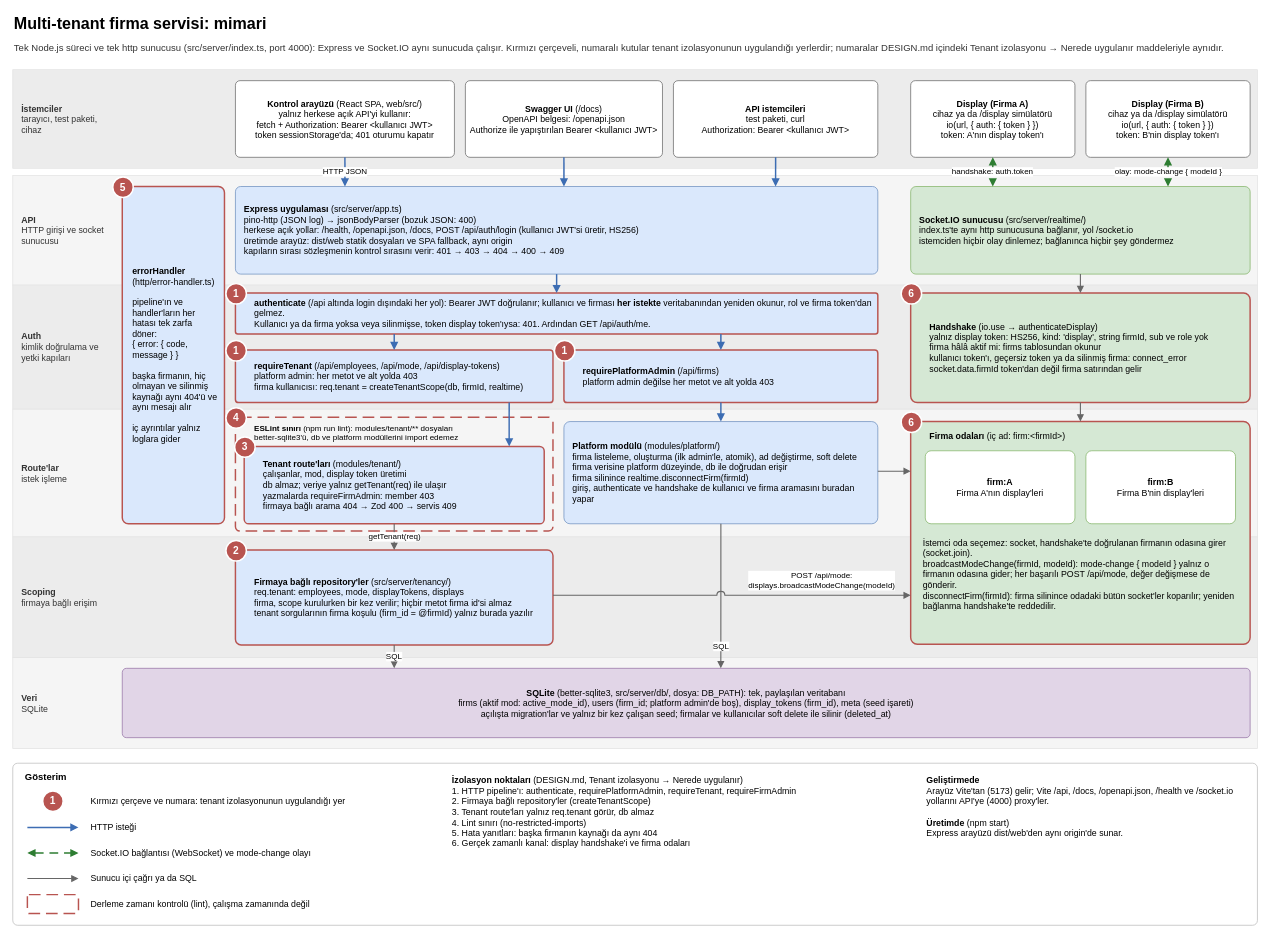
Earlier version of the draw.io diagram docs/architecture.drawio (Mahiryoldasg/multi-tenant-firm-service-public). Source tidied: cells renumbered, new cells numbered last; positions are measured from the earlier drawing's top-left corner, leaving out a move shared by most shapes. Both pictures are drawn from the tidied source at 73%, with x=0, y=0 at pixel (12, 12).
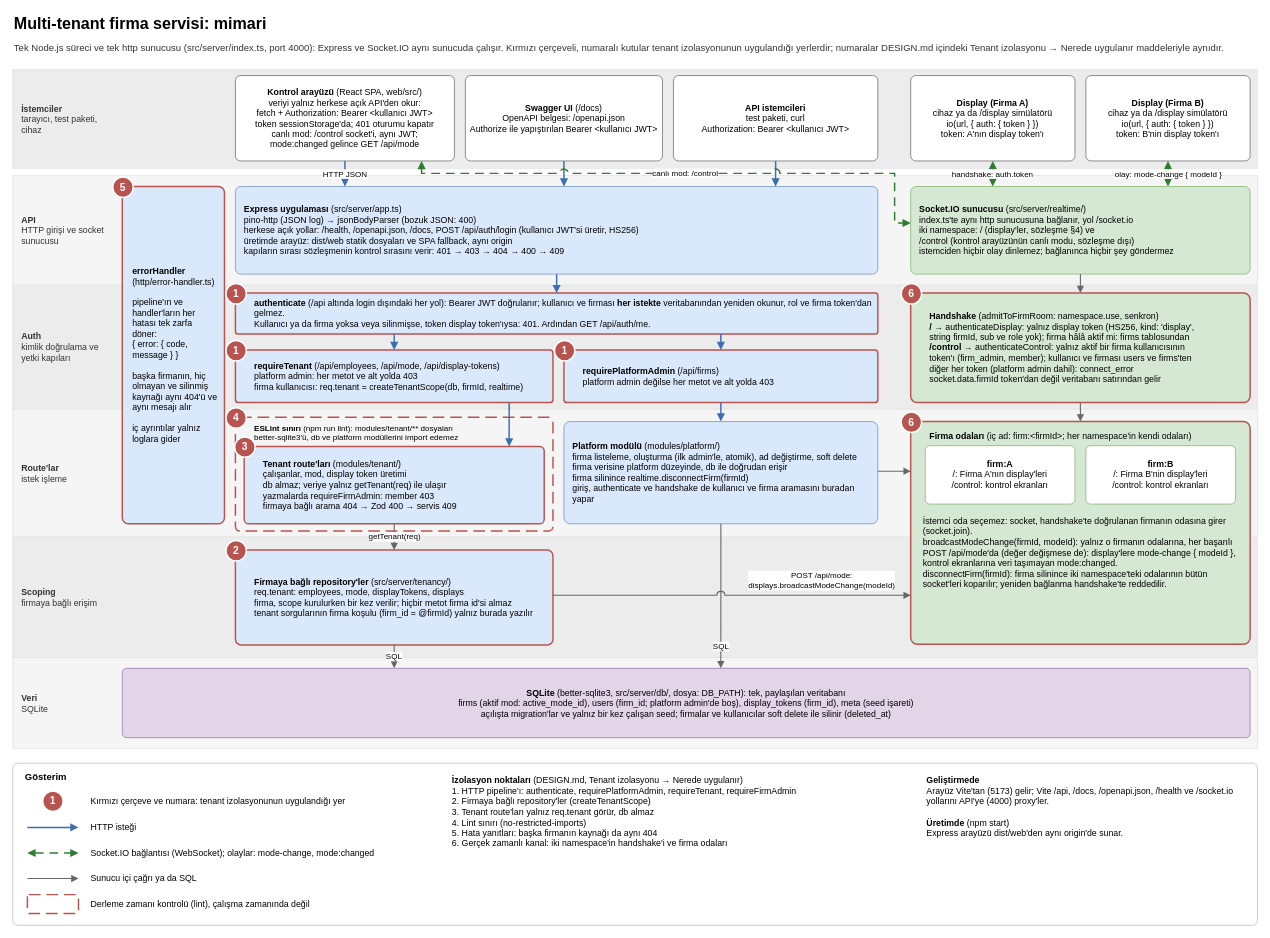
The same page after the edit.

Commit message (it also covers changes not shown here):
docs(architecture): add the /control channel to the diagram and its PNG

What changed in the source:
```diff
@@
-    <mxCell id="16" value="&lt;b&gt;Kontrol arayüzü&lt;/b&gt; (React SPA, web/src/)&lt;br&gt;yalnız herkese açık API'yi kullanır:&lt;br&gt;fetch + Authorization: Bearer &amp;lt;kullanıcı JWT&amp;gt;&lt;br&gt;token sessionStorage'da; 401 oturumu kapatır" style="rounded=1;arcSize=6;whiteSpace=wrap;html=1;fillColor=#FFFFFF;strokeColor=#666666;fontSize=12;align=center;verticalAlign=middle;spacing=6;" parent="1" vertex="1">
-      <mxGeometry x="305" y="93" width="300" height="105" as="geometry" />
+    <mxCell id="16" value="&lt;b&gt;Kontrol arayüzü&lt;/b&gt; (React SPA, web/src/)&lt;br&gt;veriyi yalnız herkese açık API'den okur:&lt;br&gt;fetch + Authorization: Bearer &amp;lt;kullanıcı JWT&amp;gt;&lt;br&gt;token sessionStorage'da; 401 oturumu kapatır&lt;br&gt;canlı mod: /control socket'i, aynı JWT;&lt;br&gt;mode:changed gelince GET /api/mode" style="rounded=1;arcSize=6;whiteSpace=wrap;html=1;fillColor=#FFFFFF;strokeColor=#666666;fontSize=12;align=center;verticalAlign=middle;spacing=6;" parent="1" vertex="1">
+      <mxGeometry x="305" y="86" width="300" height="117" as="geometry" />
     </mxCell>
     <mxCell id="17" value="&lt;b&gt;Swagger UI&lt;/b&gt; (/docs)&lt;br&gt;OpenAPI belgesi: /openapi.json&lt;br&gt;Authorize ile yapıştırılan Bearer &amp;lt;kullanıcı JWT&amp;gt;" style="rounded=1;arcSize=6;whiteSpace=wrap;html=1;fillColor=#FFFFFF;strokeColor=#666666;fontSize=12;align=center;verticalAlign=middle;spacing=6;" parent="1" vertex="1">
-      <mxGeometry x="620" y="93" width="270" height="105" as="geometry" />
+      <mxGeometry x="620" y="86" width="270" height="117" as="geometry" />
     </mxCell>
     <mxCell id="18" value="&lt;b&gt;API istemcileri&lt;/b&gt;&lt;br&gt;test paketi, curl&lt;br&gt;Authorization: Bearer &amp;lt;kullanıcı JWT&amp;gt;" style="rounded=1;arcSize=6;whiteSpace=wrap;html=1;fillColor=#FFFFFF;strokeColor=#666666;fontSize=12;align=center;verticalAlign=middle;spacing=6;" parent="1" vertex="1">
-      <mxGeometry x="905" y="93" width="280" height="105" as="geometry" />
+      <mxGeometry x="905" y="86" width="280" height="117" as="geometry" />
     </mxCell>
     <mxCell id="19" value="&lt;b&gt;Display (Firma A)&lt;/b&gt;&lt;br&gt;cihaz ya da /display simülatörü&lt;br&gt;io(url, { auth: { token } })&lt;br&gt;token: A'nın display token'ı" style="rounded=1;arcSize=6;whiteSpace=wrap;html=1;fillColor=#FFFFFF;strokeColor=#666666;fontSize=12;align=center;verticalAlign=middle;spacing=6;" parent="1" vertex="1">
-      <mxGeometry x="1230" y="93" width="225" height="105" as="geometry" />
+      <mxGeometry x="1230" y="86" width="225" height="117" as="geometry" />
     </mxCell>
     <mxCell id="20" value="&lt;b&gt;Display (Firma B)&lt;/b&gt;&lt;br&gt;cihaz ya da /display simülatörü&lt;br&gt;io(url, { auth: { token } })&lt;br&gt;token: B'nin display token'ı" style="rounded=1;arcSize=6;whiteSpace=wrap;html=1;fillColor=#FFFFFF;strokeColor=#666666;fontSize=12;align=center;verticalAlign=middle;spacing=6;" parent="1" vertex="1">
-      <mxGeometry x="1470" y="93" width="225" height="105" as="geometry" />
+      <mxGeometry x="1470" y="86" width="225" height="117" as="geometry" />
     </mxCell>
@@
-    <mxCell id="22" value="&lt;b&gt;Socket.IO sunucusu&lt;/b&gt; (src/server/realtime/)&lt;br&gt;index.ts'te aynı http sunucusuna bağlanır, yol /socket.io&lt;br&gt;istemciden hiçbir olay dinlemez; bağlanınca hiçbir şey göndermez" style="rounded=1;arcSize=6;whiteSpace=wrap;html=1;fillColor=#D5E8D4;strokeColor=#82B366;fontSize=12;align=left;verticalAlign=middle;spacingLeft=10;spacingRight=8;" parent="1" vertex="1">
+    <mxCell id="22" value="&lt;b&gt;Socket.IO sunucusu&lt;/b&gt; (src/server/realtime/)&lt;br&gt;index.ts'te aynı http sunucusuna bağlanır, yol /socket.io&lt;br&gt;iki namespace: / (display'ler, sözleşme §4) ve&lt;br&gt;/control (kontrol arayüzünün canlı modu, sözleşme dışı)&lt;br&gt;istemciden hiçbir olay dinlemez; bağlanınca hiçbir şey göndermez" style="rounded=1;arcSize=6;whiteSpace=wrap;html=1;fillColor=#D5E8D4;strokeColor=#82B366;fontSize=12;align=left;verticalAlign=middle;spacingLeft=10;spacingRight=8;" parent="1" vertex="1">
       <mxGeometry x="1230" y="238" width="465" height="120" as="geometry" />
     </mxCell>
@@
-    <mxCell id="27" value="&lt;b&gt;Handshake&lt;/b&gt; (io.use → authenticateDisplay)&lt;br&gt;yalnız display token: HS256, kind: 'display', string firmId, sub ve role yok&lt;br&gt;firma hâlâ aktif mi: firms tablosundan okunur&lt;br&gt;kullanıcı token'ı, geçersiz token ya da silinmiş firma: connect_error&lt;br&gt;socket.data.firmId token'dan değil firma satırından gelir" style="rounded=1;arcSize=6;whiteSpace=wrap;html=1;fillColor=#D5E8D4;strokeColor=#B85450;strokeWidth=2;fontSize=12;align=left;verticalAlign=middle;spacingLeft=24;spacingRight=8;" parent="1" vertex="1">
+    <mxCell id="27" value="&lt;b&gt;Handshake&lt;/b&gt; (admitToFirmRoom: namespace.use, senkron)&lt;br&gt;&lt;b&gt;/&lt;/b&gt; → authenticateDisplay: yalnız display token (HS256, kind: 'display',&lt;br&gt;string firmId, sub ve role yok); firma hâlâ aktif mi: firms tablosundan&lt;br&gt;&lt;b&gt;/control&lt;/b&gt; → authenticateControl: yalnız aktif bir firma kullanıcısının&lt;br&gt;token'ı (firm_admin, member); kullanıcı ve firması users ve firms'ten&lt;br&gt;diğer her token (platform admin dahil): connect_error&lt;br&gt;socket.data.firmId token'dan değil veritabanı satırından gelir" style="rounded=1;arcSize=6;whiteSpace=wrap;html=1;fillColor=#D5E8D4;strokeColor=#B85450;strokeWidth=2;fontSize=12;align=left;verticalAlign=middle;spacingLeft=24;spacingRight=8;" parent="1" vertex="1">
       <mxGeometry x="1230" y="384" width="465" height="150" as="geometry" />
     </mxCell>
@@
-    <mxCell id="31" value="&lt;b&gt;Firma odaları&lt;/b&gt; (iç ad: firm:&amp;lt;firmId&amp;gt;)" style="rounded=1;arcSize=3;whiteSpace=wrap;html=1;fillColor=#D5E8D4;strokeColor=#B85450;strokeWidth=2;fontSize=12;align=left;verticalAlign=top;spacingLeft=24;spacingTop=6;spacingRight=8;" parent="1" vertex="1">
+    <mxCell id="31" value="&lt;b&gt;Firma odaları&lt;/b&gt; (iç ad: firm:&amp;lt;firmId&amp;gt;; her namespace'in kendi odaları)" style="rounded=1;arcSize=3;whiteSpace=wrap;html=1;fillColor=#D5E8D4;strokeColor=#B85450;strokeWidth=2;fontSize=12;align=left;verticalAlign=top;spacingLeft=24;spacingTop=6;spacingRight=8;" parent="1" vertex="1">
       <mxGeometry x="1230" y="560" width="465" height="305" as="geometry" />
     </mxCell>
-    <mxCell id="32" value="&lt;b&gt;firm:A&lt;/b&gt;&lt;br&gt;Firma A'nın display'leri" style="rounded=1;arcSize=8;whiteSpace=wrap;html=1;fillColor=#FFFFFF;strokeColor=#82B366;fontSize=12;align=center;verticalAlign=middle;" parent="1" vertex="1">
-      <mxGeometry x="1250" y="600" width="205" height="100" as="geometry" />
+    <mxCell id="32" value="&lt;b&gt;firm:A&lt;/b&gt;&lt;br&gt;/: Firma A'nın display'leri&lt;br&gt;/control: kontrol ekranları" style="rounded=1;arcSize=8;whiteSpace=wrap;html=1;fillColor=#FFFFFF;strokeColor=#82B366;fontSize=12;align=center;verticalAlign=middle;" parent="1" vertex="1">
+      <mxGeometry x="1250" y="593" width="205" height="80" as="geometry" />
     </mxCell>
-    <mxCell id="33" value="&lt;b&gt;firm:B&lt;/b&gt;&lt;br&gt;Firma B'nin display'leri" style="rounded=1;arcSize=8;whiteSpace=wrap;html=1;fillColor=#FFFFFF;strokeColor=#82B366;fontSize=12;align=center;verticalAlign=middle;" parent="1" vertex="1">
-      <mxGeometry x="1470" y="600" width="205" height="100" as="geometry" />
+    <mxCell id="33" value="&lt;b&gt;firm:B&lt;/b&gt;&lt;br&gt;/: Firma B'nin display'leri&lt;br&gt;/control: kontrol ekranları" style="rounded=1;arcSize=8;whiteSpace=wrap;html=1;fillColor=#FFFFFF;strokeColor=#82B366;fontSize=12;align=center;verticalAlign=middle;" parent="1" vertex="1">
+      <mxGeometry x="1470" y="593" width="205" height="80" as="geometry" />
     </mxCell>
-    <mxCell id="34" value="İstemci oda seçemez: socket, handshake'te doğrulanan firmanın odasına girer (socket.join).&lt;br&gt;broadcastModeChange(firmId, modeId): mode-change { modeId } yalnız o firmanın odasına gider; her başarılı POST /api/mode, değer değişmese de gönderir.&lt;br&gt;disconnectFirm(firmId): firma silinince odadaki bütün socket'ler koparılır; yeniden bağlanma handshake'te reddedilir." style="text;html=1;align=left;verticalAlign=top;whiteSpace=wrap;fontSize=12;" parent="1" vertex="1">
-      <mxGeometry x="1245" y="713" width="440" height="145" as="geometry" />
+    <mxCell id="34" value="İstemci oda seçemez: socket, handshake'te doğrulanan firmanın odasına girer (socket.join).&lt;br&gt;broadcastModeChange(firmId, modeId): yalnız o firmanın odalarına, her başarılı POST /api/mode'da (değer değişmese de): display'lere mode-change { modeId }, kontrol ekranlarına veri taşımayan mode:changed.&lt;br&gt;disconnectFirm(firmId): firma silinince iki namespace'teki odalarının bütün socket'leri koparılır; yeniden bağlanma handshake'te reddedilir." style="text;html=1;align=left;verticalAlign=top;whiteSpace=wrap;fontSize=12;" parent="1" vertex="1">
+      <mxGeometry x="1245" y="683" width="440" height="175" as="geometry" />
     </mxCell>
@@
+    <mxCell id="77" value="canlı mod: /control" style="edgeStyle=orthogonalEdgeStyle;rounded=0;html=1;strokeColor=#2E7D32;strokeWidth=2;dashed=1;dashPattern=6 4;startArrow=block;startFill=1;endArrow=block;endFill=1;fontSize=11;labelBackgroundColor=#FFFFFF;jumpStyle=arc;jumpSize=10;exitX=0.85;exitY=1;exitDx=0;exitDy=0;entryX=0;entryY=0.4167;entryDx=0;entryDy=0;" parent="1" edge="1" source="16" target="22">
+      <mxGeometry relative="1" as="geometry">
+        <Array as="points">
+          <mxPoint x="560" y="220" />
+          <mxPoint x="1208" y="220" />
+        </Array>
+      </mxGeometry>
+    </mxCell>
@@
-    <mxCell id="70" value="Socket.IO bağlantısı (WebSocket) ve mode-change olayı" style="text;html=1;align=left;verticalAlign=middle;whiteSpace=wrap;fontSize=12;" parent="1" vertex="1">
+    <mxCell id="70" value="Socket.IO bağlantısı (WebSocket); olaylar: mode-change, mode:changed" style="text;html=1;align=left;verticalAlign=middle;whiteSpace=wrap;fontSize=12;" parent="1" vertex="1">
       <mxGeometry x="105" y="1141" width="470" height="20" as="geometry" />
     </mxCell>
@@
-    <mxCell id="75" value="&lt;b&gt;İzolasyon noktaları&lt;/b&gt; (DESIGN.md, Tenant izolasyonu → Nerede uygulanır)&lt;br&gt;1. HTTP pipeline'ı: authenticate, requirePlatformAdmin, requireTenant, requireFirmAdmin&lt;br&gt;2. Firmaya bağlı repository'ler (createTenantScope)&lt;br&gt;3. Tenant route'ları yalnız req.tenant görür, db almaz&lt;br&gt;4. Lint sınırı (no-restricted-imports)&lt;br&gt;5. Hata yanıtları: başka firmanın kaynağı da aynı 404&lt;br&gt;6. Gerçek zamanlı kanal: display handshake'i ve firma odaları" style="text;html=1;align=left;verticalAlign=top;whiteSpace=wrap;fontSize=12;" parent="1" vertex="1">
+    <mxCell id="75" value="&lt;b&gt;İzolasyon noktaları&lt;/b&gt; (DESIGN.md, Tenant izolasyonu → Nerede uygulanır)&lt;br&gt;1. HTTP pipeline'ı: authenticate, requirePlatformAdmin, requireTenant, requireFirmAdmin&lt;br&gt;2. Firmaya bağlı repository'ler (createTenantScope)&lt;br&gt;3. Tenant route'ları yalnız req.tenant görür, db almaz&lt;br&gt;4. Lint sınırı (no-restricted-imports)&lt;br&gt;5. Hata yanıtları: başka firmanın kaynağı da aynı 404&lt;br&gt;6. Gerçek zamanlı kanal: iki namespace'in handshake'i ve firma odaları" style="text;html=1;align=left;verticalAlign=top;whiteSpace=wrap;fontSize=12;" parent="1" vertex="1">
       <mxGeometry x="600" y="1038" width="620" height="200" as="geometry" />
     </mxCell>
```
